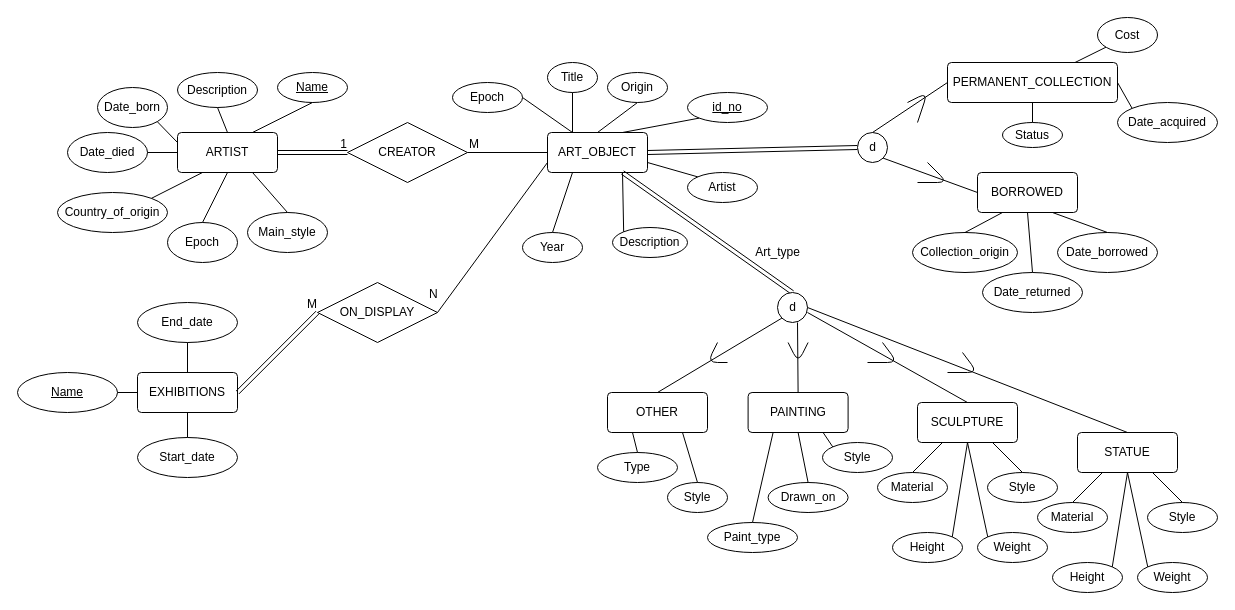
This is musemEER.drawio from aryan-karadia/Museum-SQL-Project, a draw.io file, before an edit. Source tidied: cells renumbered, new cells numbered last; positions are measured from the earlier drawing's top-left corner, leaving out a move shared by most shapes. Both pictures are drawn from the tidied source at 100%, with x=0, y=0 at pixel (17, 17).
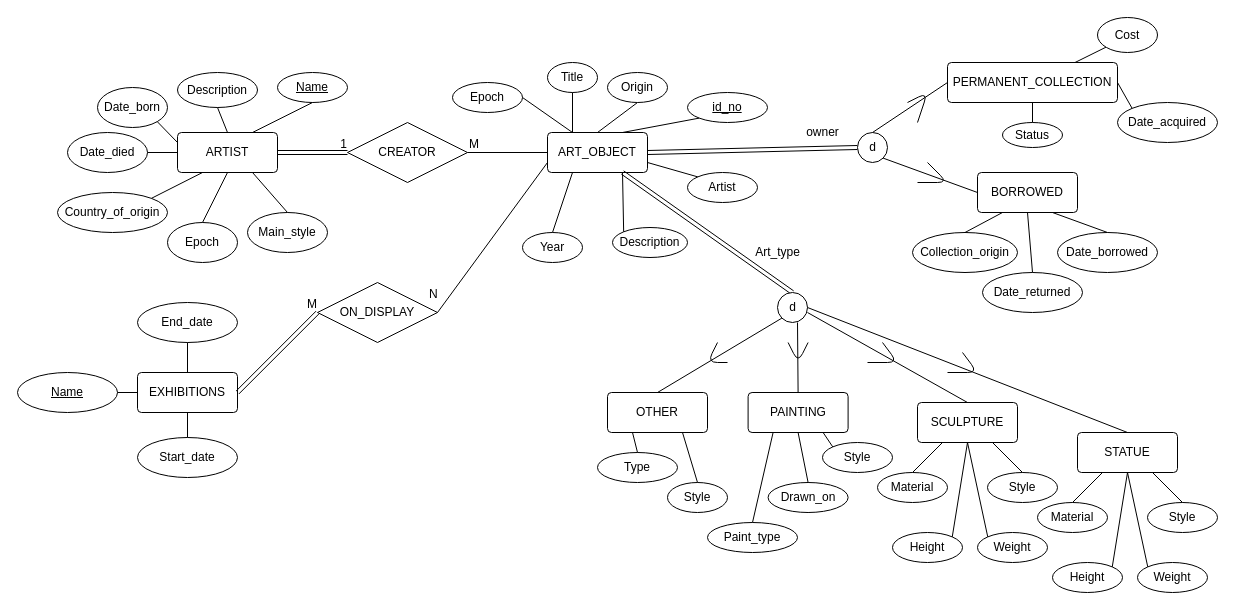
The same diagram, later.

Commit message:
owner attribute defined subclass

The edit, as a diff of the source:
```diff
@@
+    <mxCell id="114" value="owner" style="text;html=1;align=center;verticalAlign=middle;strokeColor=none;fillColor=none;" parent="1" vertex="1">
+      <mxGeometry x="780" y="105" width="50" height="20" as="geometry" />
+    </mxCell>
```
